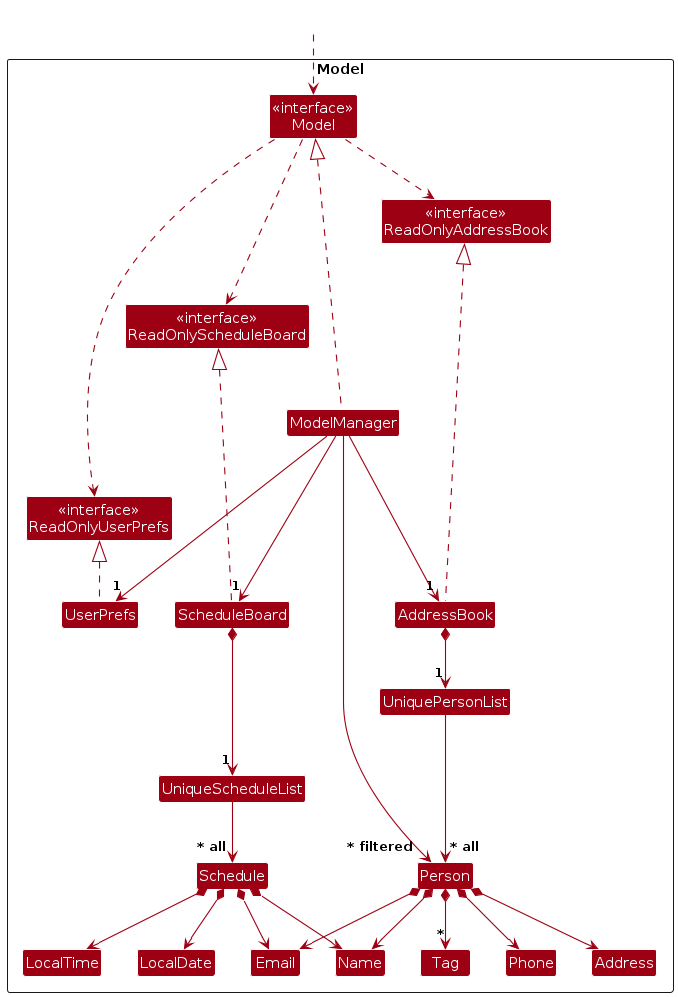
The PlantUML diagram diagrams/ModelClassDiagram.png in AY2425S2-CS2103T-T16-3/tp, before a commit. Its source is kept beside it as diagrams/ModelClassDiagram.puml.
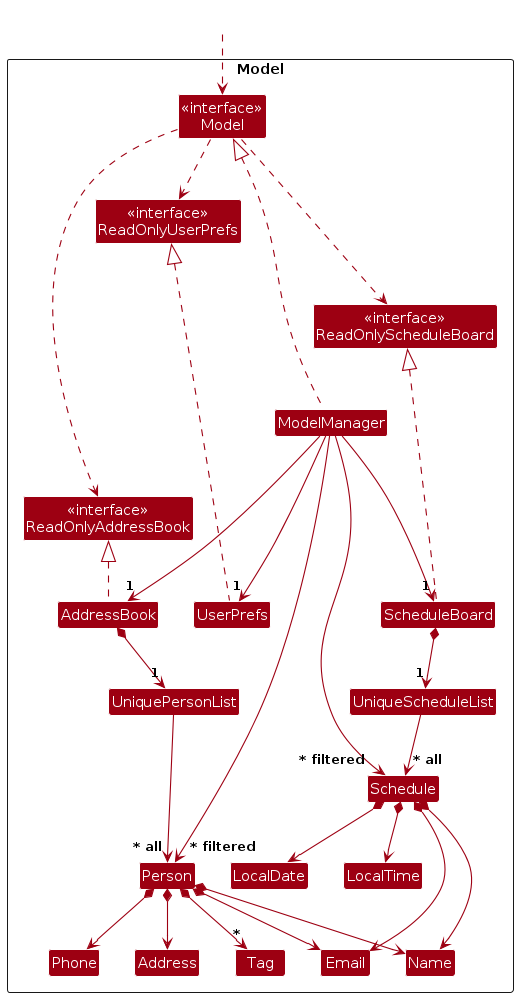
Above is the later version.

Change to the diagram source:
```diff
@@ -68,4 +68,5 @@
 Address -[hidden]right-> Email
 
 ModelManager --> "~* filtered" Person
+ModelManager --> "~* filtered" Schedule
 @enduml
```
